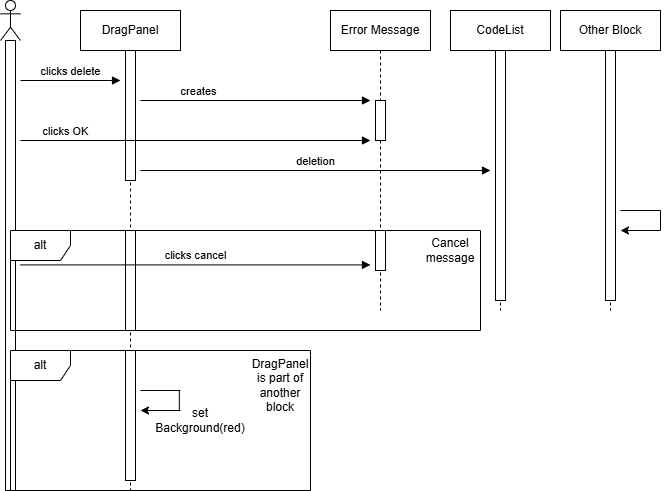
Above: 3-paradoteo/Sequence use case 6.drawio.png in VasilisMichanetzis/Software-engineering-project-2025 (draw.io), before the change. Source tidied: cells renumbered, new cells last; positions are measured from the earlier drawing's top-left corner, leaving out a move shared by most shapes. The source it was exported from:
```xml
<mxGraphModel>
  <root>
    <mxCell id="0" />
    <mxCell id="1" parent="0" />
    <mxCell id="2" style="shape=umlLifeline;perimeter=lifelinePerimeter;whiteSpace=wrap;html=1;newEdgeStyle={&quot;curved&quot;:0,&quot;rounded&quot;:0};participant=umlActor;" parent="1" vertex="1">
      <mxGeometry width="20" height="490" as="geometry" />
    </mxCell>
    <mxCell id="3" style="html=1;perimeter=orthogonalPerimeter;targetShapes=umlLifeline;newEdgeStyle={&quot;curved&quot;:0,&quot;rounded&quot;:0};" parent="2" vertex="1">
      <mxGeometry x="5" y="40" width="10" height="450" as="geometry" />
    </mxCell>
    <mxCell id="4" value="DragPanel" style="shape=umlLifeline;perimeter=lifelinePerimeter;whiteSpace=wrap;html=1;newEdgeStyle={&quot;curved&quot;:0,&quot;rounded&quot;:0};" parent="1" vertex="1">
      <mxGeometry x="80" y="10" width="100" height="480" as="geometry" />
    </mxCell>
    <mxCell id="5" style="html=1;perimeter=orthogonalPerimeter;targetShapes=umlLifeline;newEdgeStyle={&quot;curved&quot;:0,&quot;rounded&quot;:0};" parent="4" vertex="1">
      <mxGeometry x="45" y="40" width="10" height="130" as="geometry" />
    </mxCell>
    <mxCell id="6" value="clicks delete" style="html=1;verticalAlign=bottom;endArrow=block;curved=0;rounded=0;" parent="1" edge="1">
      <mxGeometry relative="1" as="geometry">
        <mxPoint x="20" y="80" as="sourcePoint" />
        <mxPoint x="120" y="80" as="targetPoint" />
      </mxGeometry>
    </mxCell>
    <mxCell id="7" value="Error Message" style="shape=umlLifeline;perimeter=lifelinePerimeter;whiteSpace=wrap;html=1;newEdgeStyle={&quot;curved&quot;:0,&quot;rounded&quot;:0};" parent="1" vertex="1">
      <mxGeometry x="330" y="10" width="100" height="300" as="geometry" />
    </mxCell>
    <mxCell id="8" style="html=1;perimeter=orthogonalPerimeter;targetShapes=umlLifeline;newEdgeStyle={&quot;curved&quot;:0,&quot;rounded&quot;:0};" parent="7" vertex="1">
      <mxGeometry x="45" y="90" width="10" height="40" as="geometry" />
    </mxCell>
    <mxCell id="9" value="creates" style="html=1;verticalAlign=bottom;endArrow=block;curved=0;rounded=0;" parent="1" edge="1">
      <mxGeometry x="-0.5" relative="1" as="geometry">
        <mxPoint x="140" y="100" as="sourcePoint" />
        <mxPoint x="370" y="100" as="targetPoint" />
      </mxGeometry>
    </mxCell>
    <mxCell id="10" value="clicks OK" style="html=1;verticalAlign=bottom;endArrow=block;curved=0;rounded=0;" parent="1" edge="1">
      <mxGeometry x="-0.74" relative="1" as="geometry">
        <mxPoint x="20" y="140" as="sourcePoint" />
        <mxPoint x="370" y="140" as="targetPoint" />
      </mxGeometry>
    </mxCell>
    <mxCell id="11" value="CodeList" style="shape=umlLifeline;perimeter=lifelinePerimeter;whiteSpace=wrap;html=1;newEdgeStyle={&quot;curved&quot;:0,&quot;rounded&quot;:0};" parent="1" vertex="1">
      <mxGeometry x="450" y="10" width="100" height="300" as="geometry" />
    </mxCell>
    <mxCell id="12" style="html=1;perimeter=orthogonalPerimeter;targetShapes=umlLifeline;newEdgeStyle={&quot;curved&quot;:0,&quot;rounded&quot;:0};" parent="11" vertex="1">
      <mxGeometry x="45" y="40" width="10" height="250" as="geometry" />
    </mxCell>
    <mxCell id="13" value="deletion" style="html=1;verticalAlign=bottom;endArrow=block;curved=0;rounded=0;" parent="1" edge="1">
      <mxGeometry relative="1" as="geometry">
        <mxPoint x="140" y="170" as="sourcePoint" />
        <mxPoint x="490" y="170" as="targetPoint" />
      </mxGeometry>
    </mxCell>
    <mxCell id="14" value="Other Block" style="shape=umlLifeline;perimeter=lifelinePerimeter;whiteSpace=wrap;html=1;newEdgeStyle={&quot;curved&quot;:0,&quot;rounded&quot;:0};" parent="1" vertex="1">
      <mxGeometry x="560" y="10" width="100" height="300" as="geometry" />
    </mxCell>
    <mxCell id="15" style="html=1;perimeter=orthogonalPerimeter;targetShapes=umlLifeline;newEdgeStyle={&quot;curved&quot;:0,&quot;rounded&quot;:0};" parent="14" vertex="1">
      <mxGeometry x="45" y="40" width="10" height="250" as="geometry" />
    </mxCell>
    <mxCell id="16" style="endArrow=classic;html=1;rounded=0;" parent="1" edge="1">
      <mxGeometry relative="1" as="geometry">
        <mxPoint x="660" y="230" as="sourcePoint" />
        <mxPoint x="620" y="230" as="targetPoint" />
      </mxGeometry>
    </mxCell>
    <mxCell id="17" style="endArrow=none;html=1;rounded=0;" parent="1" edge="1">
      <mxGeometry relative="1" as="geometry">
        <mxPoint x="620" y="210" as="sourcePoint" />
        <mxPoint x="660" y="210" as="targetPoint" />
      </mxGeometry>
    </mxCell>
    <mxCell id="18" style="endArrow=none;html=1;rounded=0;" parent="1" edge="1">
      <mxGeometry relative="1" as="geometry">
        <mxPoint x="660" y="230" as="sourcePoint" />
        <mxPoint x="660" y="210" as="targetPoint" />
      </mxGeometry>
    </mxCell>
    <mxCell id="19" value="alt" style="shape=umlFrame;whiteSpace=wrap;html=1;" parent="1" vertex="1">
      <mxGeometry x="10" y="230" width="470" height="100" as="geometry" />
    </mxCell>
    <mxCell id="20" style="html=1;perimeter=orthogonalPerimeter;targetShapes=umlLifeline;newEdgeStyle={&quot;curved&quot;:0,&quot;rounded&quot;:0};" parent="1" vertex="1">
      <mxGeometry x="125" y="230" width="10" height="100" as="geometry" />
    </mxCell>
    <mxCell id="21" style="html=1;perimeter=orthogonalPerimeter;targetShapes=umlLifeline;newEdgeStyle={&quot;curved&quot;:0,&quot;rounded&quot;:0};" parent="1" vertex="1">
      <mxGeometry x="375" y="230" width="10" height="40" as="geometry" />
    </mxCell>
    <mxCell id="22" value="clicks cancel" style="html=1;verticalAlign=bottom;endArrow=block;curved=0;rounded=0;" parent="1" edge="1">
      <mxGeometry relative="1" as="geometry">
        <mxPoint x="20" y="264.4" as="sourcePoint" />
        <mxPoint x="370" y="264.4" as="targetPoint" />
      </mxGeometry>
    </mxCell>
    <mxCell id="23" value="Cancel message" style="text;html=1;align=center;verticalAlign=middle;whiteSpace=wrap;rounded=0;" parent="1" vertex="1">
      <mxGeometry x="420" y="235" width="60" height="30" as="geometry" />
    </mxCell>
    <mxCell id="24" value="alt" style="shape=umlFrame;whiteSpace=wrap;html=1;" parent="1" vertex="1">
      <mxGeometry x="10" y="350" width="300" height="140" as="geometry" />
    </mxCell>
    <mxCell id="25" style="html=1;perimeter=orthogonalPerimeter;targetShapes=umlLifeline;newEdgeStyle={&quot;curved&quot;:0,&quot;rounded&quot;:0};" parent="1" vertex="1">
      <mxGeometry x="125" y="350" width="10" height="130" as="geometry" />
    </mxCell>
    <mxCell id="26" style="endArrow=classic;html=1;rounded=0;" parent="1" edge="1">
      <mxGeometry relative="1" as="geometry">
        <mxPoint x="180" y="410" as="sourcePoint" />
        <mxPoint x="140" y="410" as="targetPoint" />
      </mxGeometry>
    </mxCell>
    <mxCell id="27" style="endArrow=none;html=1;rounded=0;" parent="1" edge="1">
      <mxGeometry relative="1" as="geometry">
        <mxPoint x="140" y="390" as="sourcePoint" />
        <mxPoint x="180" y="390" as="targetPoint" />
      </mxGeometry>
    </mxCell>
    <mxCell id="28" style="endArrow=none;html=1;rounded=0;" parent="1" edge="1">
      <mxGeometry relative="1" as="geometry">
        <mxPoint x="178.8" y="410" as="sourcePoint" />
        <mxPoint x="178.8" y="390" as="targetPoint" />
      </mxGeometry>
    </mxCell>
    <mxCell id="29" value="set Background(red)" style="text;html=1;align=center;verticalAlign=middle;whiteSpace=wrap;rounded=0;" parent="1" vertex="1">
      <mxGeometry x="170" y="405" width="60" height="30" as="geometry" />
    </mxCell>
    <mxCell id="30" value="DragPanel is part of another block" style="text;html=1;align=center;verticalAlign=middle;whiteSpace=wrap;rounded=0;" parent="1" vertex="1">
      <mxGeometry x="250" y="370" width="60" height="30" as="geometry" />
    </mxCell>
  </root>
</mxGraphModel>
```
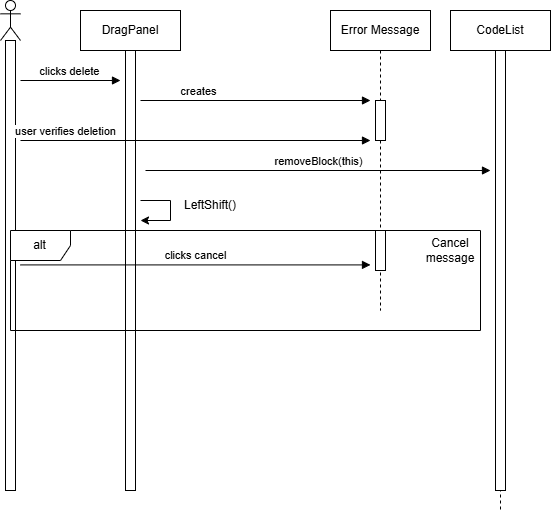
After the commit.

The edit, as a diff of the source:
```diff
@@ -12,7 +12,7 @@
       <mxGeometry x="80" y="10" width="100" height="480" as="geometry" />
     </mxCell>
     <mxCell id="5" style="html=1;perimeter=orthogonalPerimeter;targetShapes=umlLifeline;newEdgeStyle={&quot;curved&quot;:0,&quot;rounded&quot;:0};" parent="4" vertex="1">
-      <mxGeometry x="45" y="40" width="10" height="130" as="geometry" />
+      <mxGeometry x="45" y="40" width="10" height="440" as="geometry" />
     </mxCell>
     <mxCell id="6" value="clicks delete" style="html=1;verticalAlign=bottom;endArrow=block;curved=0;rounded=0;" parent="1" edge="1">
       <mxGeometry relative="1" as="geometry">
@@ -32,54 +32,21 @@
         <mxPoint x="370" y="100" as="targetPoint" />
       </mxGeometry>
     </mxCell>
-    <mxCell id="10" value="clicks OK" style="html=1;verticalAlign=bottom;endArrow=block;curved=0;rounded=0;" parent="1" edge="1">
+    <mxCell id="10" value="user verifies deletion" style="html=1;verticalAlign=bottom;endArrow=block;curved=0;rounded=0;" parent="1" edge="1">
       <mxGeometry x="-0.74" relative="1" as="geometry">
         <mxPoint x="20" y="140" as="sourcePoint" />
         <mxPoint x="370" y="140" as="targetPoint" />
       </mxGeometry>
     </mxCell>
     <mxCell id="11" value="CodeList" style="shape=umlLifeline;perimeter=lifelinePerimeter;whiteSpace=wrap;html=1;newEdgeStyle={&quot;curved&quot;:0,&quot;rounded&quot;:0};" parent="1" vertex="1">
-      <mxGeometry x="450" y="10" width="100" height="300" as="geometry" />
+      <mxGeometry x="450" y="10" width="100" height="500" as="geometry" />
     </mxCell>
     <mxCell id="12" style="html=1;perimeter=orthogonalPerimeter;targetShapes=umlLifeline;newEdgeStyle={&quot;curved&quot;:0,&quot;rounded&quot;:0};" parent="11" vertex="1">
-      <mxGeometry x="45" y="40" width="10" height="250" as="geometry" />
+      <mxGeometry x="45" y="40" width="10" height="440" as="geometry" />
     </mxCell>
-    <mxCell id="13" value="deletion" style="html=1;verticalAlign=bottom;endArrow=block;curved=0;rounded=0;" parent="1" edge="1">
-      <mxGeometry relative="1" as="geometry">
-        <mxPoint x="140" y="170" as="sourcePoint" />
-        <mxPoint x="490" y="170" as="targetPoint" />
-      </mxGeometry>
-    </mxCell>
-    <mxCell id="14" value="Other Block" style="shape=umlLifeline;perimeter=lifelinePerimeter;whiteSpace=wrap;html=1;newEdgeStyle={&quot;curved&quot;:0,&quot;rounded&quot;:0};" parent="1" vertex="1">
-      <mxGeometry x="560" y="10" width="100" height="300" as="geometry" />
-    </mxCell>
-    <mxCell id="15" style="html=1;perimeter=orthogonalPerimeter;targetShapes=umlLifeline;newEdgeStyle={&quot;curved&quot;:0,&quot;rounded&quot;:0};" parent="14" vertex="1">
-      <mxGeometry x="45" y="40" width="10" height="250" as="geometry" />
-    </mxCell>
-    <mxCell id="16" style="endArrow=classic;html=1;rounded=0;" parent="1" edge="1">
-      <mxGeometry relative="1" as="geometry">
-        <mxPoint x="660" y="230" as="sourcePoint" />
-        <mxPoint x="620" y="230" as="targetPoint" />
-      </mxGeometry>
-    </mxCell>
-    <mxCell id="17" style="endArrow=none;html=1;rounded=0;" parent="1" edge="1">
-      <mxGeometry relative="1" as="geometry">
-        <mxPoint x="620" y="210" as="sourcePoint" />
-        <mxPoint x="660" y="210" as="targetPoint" />
-      </mxGeometry>
-    </mxCell>
-    <mxCell id="18" style="endArrow=none;html=1;rounded=0;" parent="1" edge="1">
-      <mxGeometry relative="1" as="geometry">
-        <mxPoint x="660" y="230" as="sourcePoint" />
-        <mxPoint x="660" y="210" as="targetPoint" />
-      </mxGeometry>
-    </mxCell>
     <mxCell id="19" value="alt" style="shape=umlFrame;whiteSpace=wrap;html=1;" parent="1" vertex="1">
       <mxGeometry x="10" y="230" width="470" height="100" as="geometry" />
     </mxCell>
-    <mxCell id="20" style="html=1;perimeter=orthogonalPerimeter;targetShapes=umlLifeline;newEdgeStyle={&quot;curved&quot;:0,&quot;rounded&quot;:0};" parent="1" vertex="1">
-      <mxGeometry x="125" y="230" width="10" height="100" as="geometry" />
-    </mxCell>
     <mxCell id="21" style="html=1;perimeter=orthogonalPerimeter;targetShapes=umlLifeline;newEdgeStyle={&quot;curved&quot;:0,&quot;rounded&quot;:0};" parent="1" vertex="1">
       <mxGeometry x="375" y="230" width="10" height="40" as="geometry" />
     </mxCell>
@@ -92,35 +59,32 @@
     <mxCell id="23" value="Cancel message" style="text;html=1;align=center;verticalAlign=middle;whiteSpace=wrap;rounded=0;" parent="1" vertex="1">
       <mxGeometry x="420" y="235" width="60" height="30" as="geometry" />
     </mxCell>
-    <mxCell id="24" value="alt" style="shape=umlFrame;whiteSpace=wrap;html=1;" parent="1" vertex="1">
-      <mxGeometry x="10" y="350" width="300" height="140" as="geometry" />
-    </mxCell>
-    <mxCell id="25" style="html=1;perimeter=orthogonalPerimeter;targetShapes=umlLifeline;newEdgeStyle={&quot;curved&quot;:0,&quot;rounded&quot;:0};" parent="1" vertex="1">
-      <mxGeometry x="125" y="350" width="10" height="130" as="geometry" />
-    </mxCell>
-    <mxCell id="26" style="endArrow=classic;html=1;rounded=0;" parent="1" edge="1">
-      <mxGeometry relative="1" as="geometry">
-        <mxPoint x="180" y="410" as="sourcePoint" />
-        <mxPoint x="140" y="410" as="targetPoint" />
-      </mxGeometry>
-    </mxCell>
-    <mxCell id="27" style="endArrow=none;html=1;rounded=0;" parent="1" edge="1">
-      <mxGeometry relative="1" as="geometry">
-        <mxPoint x="140" y="390" as="sourcePoint" />
-        <mxPoint x="180" y="390" as="targetPoint" />
-      </mxGeometry>
-    </mxCell>
-    <mxCell id="28" style="endArrow=none;html=1;rounded=0;" parent="1" edge="1">
-      <mxGeometry relative="1" as="geometry">
-        <mxPoint x="178.8" y="410" as="sourcePoint" />
-        <mxPoint x="178.8" y="390" as="targetPoint" />
-      </mxGeometry>
-    </mxCell>
-    <mxCell id="29" value="set Background(red)" style="text;html=1;align=center;verticalAlign=middle;whiteSpace=wrap;rounded=0;" parent="1" vertex="1">
-      <mxGeometry x="170" y="405" width="60" height="30" as="geometry" />
-    </mxCell>
-    <mxCell id="30" value="DragPanel is part of another block" style="text;html=1;align=center;verticalAlign=middle;whiteSpace=wrap;rounded=0;" parent="1" vertex="1">
-      <mxGeometry x="250" y="370" width="60" height="30" as="geometry" />
-    </mxCell>
+    <mxCell id="31" value="removeBlock(this)" style="html=1;verticalAlign=bottom;endArrow=block;curved=0;rounded=0;" parent="1" edge="1">
+      <mxGeometry relative="1" as="geometry">
+        <mxPoint x="145" y="170" as="sourcePoint" />
+        <mxPoint x="490" y="170" as="targetPoint" />
+      </mxGeometry>
+    </mxCell>
+    <mxCell id="32" style="endArrow=classic;html=1;rounded=0;" parent="1" edge="1">
+      <mxGeometry relative="1" as="geometry">
+        <mxPoint x="170" y="220" as="sourcePoint" />
+        <mxPoint x="140" y="220" as="targetPoint" />
+      </mxGeometry>
+    </mxCell>
+    <mxCell id="33" style="endArrow=none;html=1;rounded=0;" parent="1" edge="1">
+      <mxGeometry relative="1" as="geometry">
+        <mxPoint x="170" y="200" as="sourcePoint" />
+        <mxPoint x="140" y="200" as="targetPoint" />
+      </mxGeometry>
+    </mxCell>
+    <mxCell id="34" style="endArrow=none;html=1;rounded=0;" parent="1" edge="1">
+      <mxGeometry relative="1" as="geometry">
+        <mxPoint x="170" y="220" as="sourcePoint" />
+        <mxPoint x="170" y="200" as="targetPoint" />
+      </mxGeometry>
+    </mxCell>
+    <mxCell id="35" value="LeftShift()" style="text;html=1;align=center;verticalAlign=middle;whiteSpace=wrap;rounded=0;" parent="1" vertex="1">
+      <mxGeometry x="180" y="190" width="60" height="30" as="geometry" />
+    </mxCell>
   </root>
 </mxGraphModel>
```
